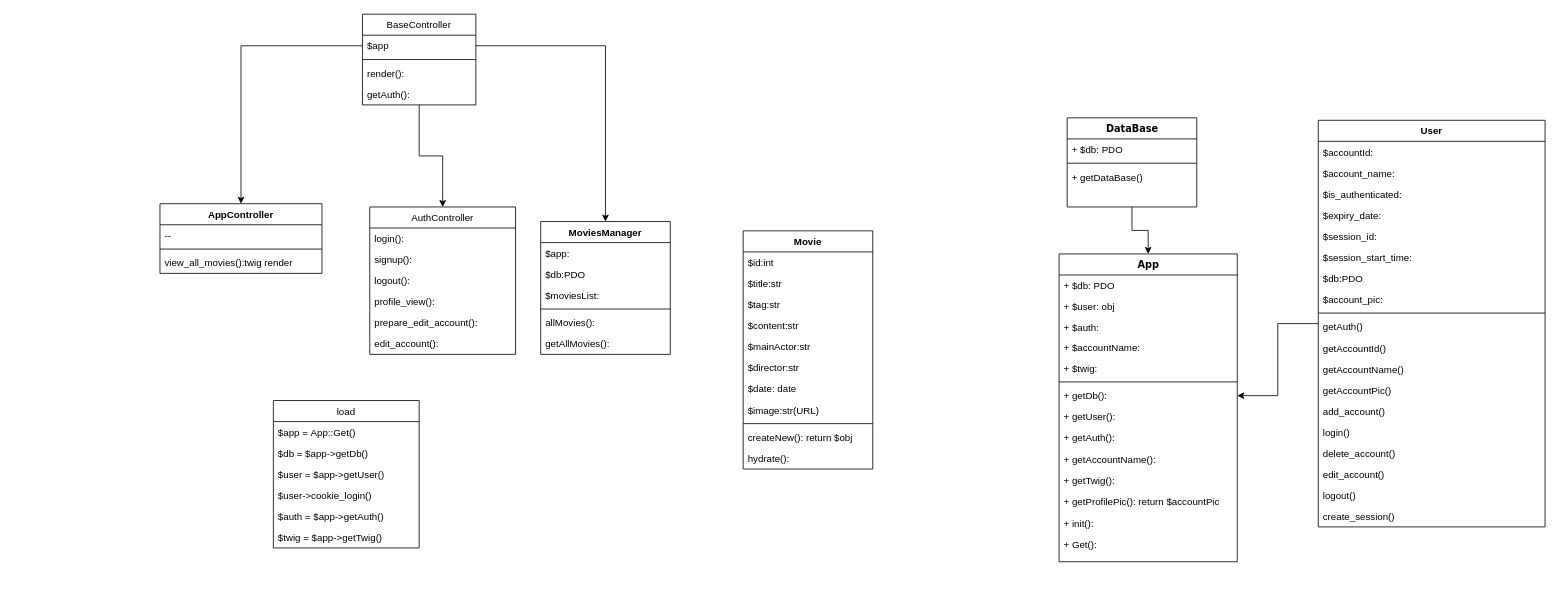
Above: ressources/dossier-projet/Class Diagram.drawio in LionelENSFELDER/movies-manager (draw.io), before the change. Source tidied: cells renumbered, new cells numbered last; positions are measured from the earlier drawing's top-left corner, leaving out a move shared by most shapes. Both pictures are drawn from the tidied source at 81%, with x=0, y=0 at pixel (160, 14).
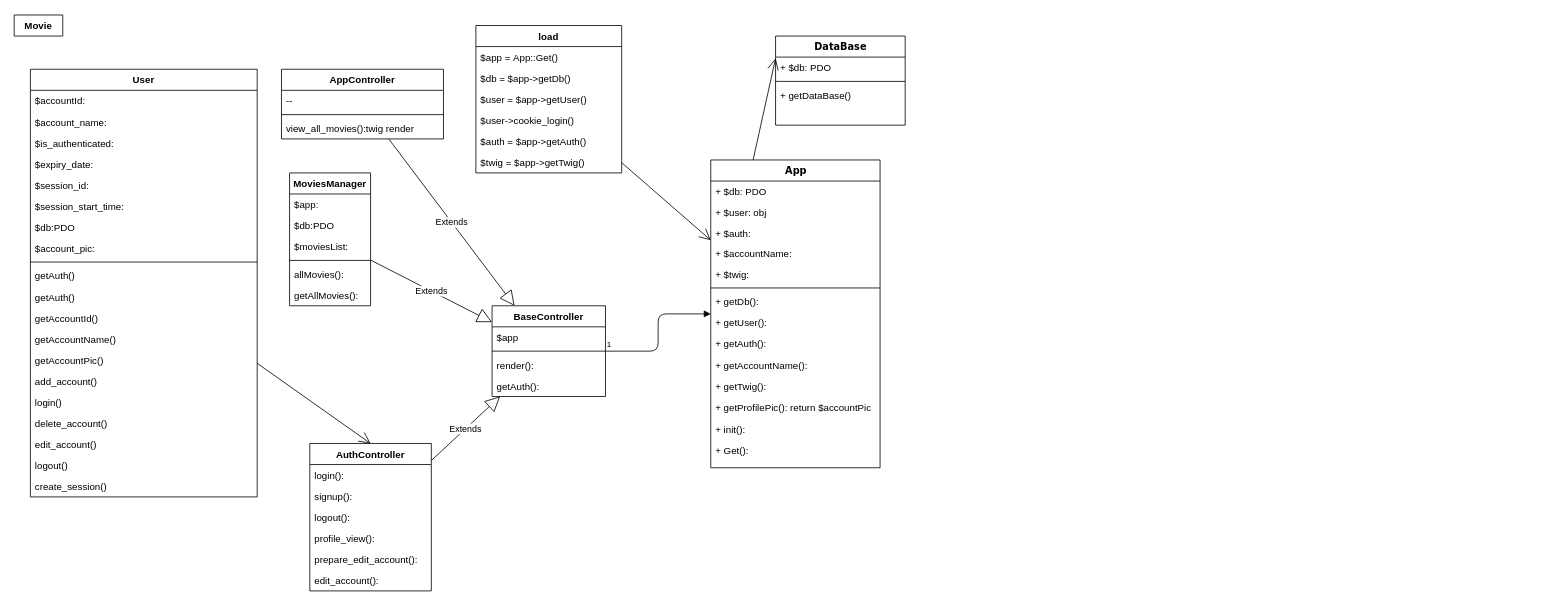
After the change.

The change refers to these unchanged cells:
```xml
<mxCell id="56" value="$app" style="text;strokeColor=none;fillColor=none;align=left;verticalAlign=top;spacingLeft=4;spacingRight=4;overflow=hidden;points=[[0,0.5],[1,0.5]];portConstraint=eastwest;" parent="55" vertex="1">
  <mxGeometry y="26" width="140" height="26" as="geometry" />
</mxCell>
```

Change to the diagram source:
```diff
@@
-    <mxCell id="2" style="edgeStyle=orthogonalEdgeStyle;rounded=0;jettySize=auto;html=1;entryX=0.5;entryY=0;entryDx=0;entryDy=0;" parent="1" edge="1" source="3" target="7">
-      <mxGeometry relative="1" as="geometry" />
-    </mxCell>
     <mxCell id="3" value="DataBase" style="swimlane;html=1;fontStyle=1;align=center;verticalAlign=top;horizontal=1;startSize=26;swimlaneFillColor=#ffffff;rounded=0;shadow=0;comic=0;labelBackgroundColor=none;strokeColor=#000000;strokeWidth=1;fillColor=none;fontFamily=Verdana;fontSize=12;fontColor=#000000;" parent="1" vertex="1">
-      <mxGeometry x="1120" y="128" width="160" height="110" as="geometry" />
+      <mxGeometry x="760" y="27" width="160" height="110" as="geometry" />
     </mxCell>
@@
     <mxCell id="7" value="App" style="swimlane;html=1;fontStyle=1;align=center;verticalAlign=top;horizontal=1;startSize=26;swimlaneFillColor=#ffffff;rounded=0;shadow=0;comic=0;labelBackgroundColor=none;strokeColor=#000000;strokeWidth=1;fillColor=none;fontFamily=Verdana;fontSize=12;fontColor=#000000;" parent="1" vertex="1">
-      <mxGeometry x="1110" y="296" width="220" height="380" as="geometry" />
+      <mxGeometry x="680" y="180" width="209" height="380" as="geometry" />
     </mxCell>
     <mxCell id="8" value="&lt;div&gt;+ $db: PDO&lt;/div&gt;" style="text;html=1;strokeColor=none;fillColor=none;align=left;verticalAlign=top;spacingLeft=4;spacingRight=4;whiteSpace=wrap;overflow=hidden;" parent="7" vertex="1">
-      <mxGeometry y="26" width="220" height="26" as="geometry" />
+      <mxGeometry y="26" width="209" height="26" as="geometry" />
     </mxCell>
     <mxCell id="9" value="+ $user: obj" style="text;html=1;strokeColor=none;fillColor=none;align=left;verticalAlign=top;spacingLeft=4;spacingRight=4;whiteSpace=wrap;overflow=hidden;" parent="7" vertex="1">
-      <mxGeometry y="52" width="220" height="26" as="geometry" />
+      <mxGeometry y="52" width="209" height="26" as="geometry" />
     </mxCell>
     <mxCell id="10" value="+ $auth:" style="text;html=1;strokeColor=none;fillColor=none;align=left;verticalAlign=top;spacingLeft=4;spacingRight=4;whiteSpace=wrap;overflow=hidden;" parent="7" vertex="1">
-      <mxGeometry y="78" width="220" height="24" as="geometry" />
+      <mxGeometry y="78" width="209" height="24" as="geometry" />
     </mxCell>
     <mxCell id="11" value="+ $accountName:" style="text;html=1;strokeColor=none;fillColor=none;align=left;verticalAlign=top;spacingLeft=4;spacingRight=4;whiteSpace=wrap;overflow=hidden;" parent="7" vertex="1">
-      <mxGeometry y="102" width="220" height="26" as="geometry" />
+      <mxGeometry y="102" width="209" height="26" as="geometry" />
     </mxCell>
     <mxCell id="12" value="+ $twig:" style="text;html=1;strokeColor=none;fillColor=none;align=left;verticalAlign=top;spacingLeft=4;spacingRight=4;whiteSpace=wrap;overflow=hidden;" parent="7" vertex="1">
-      <mxGeometry y="128" width="220" height="26" as="geometry" />
+      <mxGeometry y="128" width="209" height="26" as="geometry" />
     </mxCell>
     <mxCell id="13" style="line;html=1;strokeWidth=1;fillColor=none;align=left;verticalAlign=middle;spacingTop=-1;spacingLeft=3;spacingRight=3;labelPosition=right;" parent="7" vertex="1">
-      <mxGeometry y="154" width="220" height="8" as="geometry" />
+      <mxGeometry y="154" width="209" height="8" as="geometry" />
     </mxCell>
     <mxCell id="14" value="&lt;div&gt;+ getDb():&lt;/div&gt;" style="text;html=1;strokeColor=none;fillColor=none;align=left;verticalAlign=top;spacingLeft=4;spacingRight=4;whiteSpace=wrap;overflow=hidden;points=[[0,0.5],[1,0.5]];portConstraint=eastwest;" parent="7" vertex="1">
-      <mxGeometry y="162" width="220" height="26" as="geometry" />
+      <mxGeometry y="162" width="209" height="26" as="geometry" />
     </mxCell>
     <mxCell id="15" value="&lt;div&gt;+ getUser():&lt;/div&gt;" style="text;html=1;strokeColor=none;fillColor=none;align=left;verticalAlign=top;spacingLeft=4;spacingRight=4;whiteSpace=wrap;overflow=hidden;" parent="7" vertex="1">
-      <mxGeometry y="188" width="220" height="26" as="geometry" />
+      <mxGeometry y="188" width="209" height="26" as="geometry" />
     </mxCell>
     <mxCell id="16" value="&lt;div&gt;+ getAuth():&lt;/div&gt;" style="text;html=1;strokeColor=none;fillColor=none;align=left;verticalAlign=top;spacingLeft=4;spacingRight=4;whiteSpace=wrap;overflow=hidden;" parent="7" vertex="1">
-      <mxGeometry y="214" width="220" height="26" as="geometry" />
+      <mxGeometry y="214" width="209" height="26" as="geometry" />
     </mxCell>
     <mxCell id="17" value="&lt;div&gt;+ getAccountName():&lt;/div&gt;" style="text;html=1;strokeColor=none;fillColor=none;align=left;verticalAlign=top;spacingLeft=4;spacingRight=4;whiteSpace=wrap;overflow=hidden;" parent="7" vertex="1">
-      <mxGeometry y="240" width="220" height="26" as="geometry" />
+      <mxGeometry y="240" width="209" height="26" as="geometry" />
     </mxCell>
     <mxCell id="18" value="&lt;div&gt;+ getTwig():&lt;/div&gt;" style="text;html=1;strokeColor=none;fillColor=none;align=left;verticalAlign=top;spacingLeft=4;spacingRight=4;whiteSpace=wrap;overflow=hidden;" parent="7" vertex="1">
-      <mxGeometry y="266" width="220" height="26" as="geometry" />
+      <mxGeometry y="266" width="209" height="26" as="geometry" />
     </mxCell>
     <mxCell id="19" value="&lt;div&gt;+ getProfilePic(): return $accountPic&lt;br&gt;&lt;/div&gt;" style="text;html=1;strokeColor=none;fillColor=none;align=left;verticalAlign=top;spacingLeft=4;spacingRight=4;whiteSpace=wrap;overflow=hidden;" parent="7" vertex="1">
-      <mxGeometry y="292" width="220" height="28" as="geometry" />
+      <mxGeometry y="292" width="209" height="28" as="geometry" />
     </mxCell>
     <mxCell id="20" value="&lt;div&gt;+ init():&lt;/div&gt;" style="text;html=1;strokeColor=none;fillColor=none;align=left;verticalAlign=top;spacingLeft=4;spacingRight=4;whiteSpace=wrap;overflow=hidden;" parent="7" vertex="1">
-      <mxGeometry y="320" width="220" height="26" as="geometry" />
+      <mxGeometry y="320" width="209" height="26" as="geometry" />
     </mxCell>
     <mxCell id="21" value="&lt;div&gt;+ Get():&lt;/div&gt;" style="text;html=1;strokeColor=none;fillColor=none;align=left;verticalAlign=top;spacingLeft=4;spacingRight=4;whiteSpace=wrap;overflow=hidden;" parent="7" vertex="1">
-      <mxGeometry y="346" width="220" height="26" as="geometry" />
+      <mxGeometry y="346" width="209" height="26" as="geometry" />
     </mxCell>
-    <mxCell id="22" value="Movie" style="swimlane;fontStyle=1;align=center;verticalAlign=top;horizontal=1;startSize=26;" parent="1" vertex="1">
-      <mxGeometry x="720" y="267.5" width="160" height="294" as="geometry" />
+    <mxCell id="22" value="Movie" style="swimlane;fontStyle=1;align=center;verticalAlign=top;horizontal=1;startSize=26;" parent="1" vertex="1" collapsed="1">
+      <mxGeometry x="-180" y="1" width="60" height="26" as="geometry" />
     </mxCell>
-    <mxCell id="23" value="$id:int" style="text;strokeColor=none;fillColor=none;align=left;verticalAlign=top;spacingLeft=4;spacingRight=4;overflow=hidden;" parent="22" vertex="1">
-      <mxGeometry y="26" width="160" height="26" as="geometry" />
-    </mxCell>
-    <mxCell id="24" value="$title:str" style="text;strokeColor=none;fillColor=none;align=left;verticalAlign=top;spacingLeft=4;spacingRight=4;overflow=hidden;" parent="22" vertex="1">
-      <mxGeometry y="52" width="160" height="26" as="geometry" />
-    </mxCell>
-    <mxCell id="25" value="$tag:str" style="text;strokeColor=none;fillColor=none;align=left;verticalAlign=top;spacingLeft=4;spacingRight=4;overflow=hidden;" parent="22" vertex="1">
-      <mxGeometry y="78" width="160" height="26" as="geometry" />
-    </mxCell>
-    <mxCell id="26" value="$content:str" style="text;strokeColor=none;fillColor=none;align=left;verticalAlign=top;spacingLeft=4;spacingRight=4;overflow=hidden;" parent="22" vertex="1">
-      <mxGeometry y="104" width="160" height="26" as="geometry" />
-    </mxCell>
-    <mxCell id="27" value="$mainActor:str" style="text;strokeColor=none;fillColor=none;align=left;verticalAlign=top;spacingLeft=4;spacingRight=4;overflow=hidden;" parent="22" vertex="1">
-      <mxGeometry y="130" width="160" height="26" as="geometry" />
-    </mxCell>
-    <mxCell id="28" value="$director:str" style="text;strokeColor=none;fillColor=none;align=left;verticalAlign=top;spacingLeft=4;spacingRight=4;overflow=hidden;" parent="22" vertex="1">
-      <mxGeometry y="156" width="160" height="26" as="geometry" />
-    </mxCell>
-    <mxCell id="29" value="$date: date" style="text;strokeColor=none;fillColor=none;align=left;verticalAlign=top;spacingLeft=4;spacingRight=4;overflow=hidden;" parent="22" vertex="1">
-      <mxGeometry y="182" width="160" height="26" as="geometry" />
-    </mxCell>
-    <mxCell id="30" value="$image:str(URL)" style="text;strokeColor=none;fillColor=none;align=left;verticalAlign=top;spacingLeft=4;spacingRight=4;overflow=hidden;" parent="22" vertex="1">
-      <mxGeometry y="208" width="160" height="26" as="geometry" />
-    </mxCell>
-    <mxCell id="31" style="line;strokeWidth=1;fillColor=none;align=left;verticalAlign=middle;spacingTop=-1;spacingLeft=3;spacingRight=3;labelPosition=right;" parent="22" vertex="1">
-      <mxGeometry y="234" width="160" height="8" as="geometry" />
-    </mxCell>
-    <mxCell id="32" value="createNew(): return $obj" style="text;strokeColor=none;fillColor=none;align=left;verticalAlign=top;spacingLeft=4;spacingRight=4;overflow=hidden;" parent="22" vertex="1">
-      <mxGeometry y="242" width="160" height="26" as="geometry" />
-    </mxCell>
-    <mxCell id="33" value="hydrate():" style="text;strokeColor=none;fillColor=none;align=left;verticalAlign=top;spacingLeft=4;spacingRight=4;overflow=hidden;" parent="22" vertex="1">
-      <mxGeometry y="268" width="160" height="26" as="geometry" />
-    </mxCell>
     <mxCell id="34" value="MoviesManager" style="swimlane;fontStyle=1;align=center;verticalAlign=top;horizontal=1;startSize=26;" parent="1" vertex="1">
-      <mxGeometry x="470" y="256" width="160" height="164" as="geometry" />
+      <mxGeometry x="160" y="196" width="100" height="164" as="geometry" />
     </mxCell>
     <mxCell id="35" value="$app:" style="text;strokeColor=none;fillColor=none;align=left;verticalAlign=top;spacingLeft=4;spacingRight=4;overflow=hidden;" parent="34" vertex="1">
-      <mxGeometry y="26" width="160" height="26" as="geometry" />
+      <mxGeometry y="26" width="100" height="26" as="geometry" />
     </mxCell>
     <mxCell id="36" value="$db:PDO" style="text;strokeColor=none;fillColor=none;align=left;verticalAlign=top;spacingLeft=4;spacingRight=4;overflow=hidden;" parent="34" vertex="1">
-      <mxGeometry y="52" width="160" height="26" as="geometry" />
+      <mxGeometry y="52" width="100" height="26" as="geometry" />
     </mxCell>
     <mxCell id="37" value="$moviesList:" style="text;strokeColor=none;fillColor=none;align=left;verticalAlign=top;spacingLeft=4;spacingRight=4;overflow=hidden;" parent="34" vertex="1">
-      <mxGeometry y="78" width="160" height="26" as="geometry" />
+      <mxGeometry y="78" width="100" height="26" as="geometry" />
     </mxCell>
     <mxCell id="38" style="line;strokeWidth=1;fillColor=none;align=left;verticalAlign=middle;spacingTop=-1;spacingLeft=3;spacingRight=3;labelPosition=right;" parent="34" vertex="1">
-      <mxGeometry y="104" width="160" height="8" as="geometry" />
+      <mxGeometry y="104" width="100" height="8" as="geometry" />
     </mxCell>
     <mxCell id="39" value="allMovies():" style="text;strokeColor=none;fillColor=none;align=left;verticalAlign=top;spacingLeft=4;spacingRight=4;overflow=hidden;" parent="34" vertex="1">
-      <mxGeometry y="112" width="160" height="26" as="geometry" />
+      <mxGeometry y="112" width="100" height="26" as="geometry" />
     </mxCell>
     <mxCell id="40" value="getAllMovies():" style="text;strokeColor=none;fillColor=none;align=left;verticalAlign=top;spacingLeft=4;spacingRight=4;overflow=hidden;" parent="34" vertex="1">
-      <mxGeometry y="138" width="160" height="26" as="geometry" />
+      <mxGeometry y="138" width="100" height="26" as="geometry" />
     </mxCell>
     <mxCell id="41" value="AppController" style="swimlane;fontStyle=1;align=center;verticalAlign=top;horizontal=1;startSize=26;" parent="1" vertex="1">
-      <mxGeometry y="234" width="200" height="86" as="geometry" />
+      <mxGeometry x="150" y="68" width="200" height="86" as="geometry" />
     </mxCell>
@@
-    <mxCell id="45" value="AuthController" style="swimlane;fontStyle=0;horizontal=1;startSize=26;fillColor=none;" parent="1" vertex="1">
-      <mxGeometry x="259" y="238" width="180" height="182" as="geometry" />
+    <mxCell id="45" value="AuthController" style="swimlane;fontStyle=1;horizontal=1;startSize=26;fillColor=none;" parent="1" vertex="1">
+      <mxGeometry x="185" y="530" width="150" height="182" as="geometry" />
     </mxCell>
     <mxCell id="46" value="login():" style="text;strokeColor=none;fillColor=none;align=left;verticalAlign=top;spacingLeft=4;spacingRight=4;overflow=hidden;" parent="45" vertex="1">
-      <mxGeometry y="26" width="180" height="26" as="geometry" />
+      <mxGeometry y="26" width="150" height="26" as="geometry" />
     </mxCell>
     <mxCell id="47" value="signup():" style="text;strokeColor=none;fillColor=none;align=left;verticalAlign=top;spacingLeft=4;spacingRight=4;overflow=hidden;" parent="45" vertex="1">
-      <mxGeometry y="52" width="180" height="26" as="geometry" />
+      <mxGeometry y="52" width="150" height="26" as="geometry" />
     </mxCell>
     <mxCell id="48" value="logout():" style="text;strokeColor=none;fillColor=none;align=left;verticalAlign=top;spacingLeft=4;spacingRight=4;overflow=hidden;" parent="45" vertex="1">
-      <mxGeometry y="78" width="180" height="26" as="geometry" />
+      <mxGeometry y="78" width="150" height="26" as="geometry" />
     </mxCell>
     <mxCell id="49" value="profile_view():" style="text;strokeColor=none;fillColor=none;align=left;verticalAlign=top;spacingLeft=4;spacingRight=4;overflow=hidden;" parent="45" vertex="1">
-      <mxGeometry y="104" width="180" height="26" as="geometry" />
+      <mxGeometry y="104" width="150" height="26" as="geometry" />
     </mxCell>
     <mxCell id="50" value="prepare_edit_account():" style="text;strokeColor=none;fillColor=none;align=left;verticalAlign=top;spacingLeft=4;spacingRight=4;overflow=hidden;" parent="45" vertex="1">
-      <mxGeometry y="130" width="180" height="26" as="geometry" />
+      <mxGeometry y="130" width="150" height="26" as="geometry" />
     </mxCell>
     <mxCell id="51" value="edit_account():" style="text;strokeColor=none;fillColor=none;align=left;verticalAlign=top;spacingLeft=4;spacingRight=4;overflow=hidden;" parent="45" vertex="1">
-      <mxGeometry y="156" width="180" height="26" as="geometry" />
+      <mxGeometry y="156" width="150" height="26" as="geometry" />
     </mxCell>
-    <mxCell id="52" style="edgeStyle=orthogonalEdgeStyle;rounded=0;jettySize=auto;html=1;entryX=0.5;entryY=0;entryDx=0;entryDy=0;exitX=0;exitY=0.5;exitDx=0;exitDy=0;" parent="1" edge="1" source="56" target="41">
-      <mxGeometry relative="1" as="geometry" />
-    </mxCell>
-    <mxCell id="53" style="edgeStyle=orthogonalEdgeStyle;rounded=0;jettySize=auto;html=1;entryX=0.5;entryY=0;entryDx=0;entryDy=0;" parent="1" edge="1" source="55" target="45">
-      <mxGeometry relative="1" as="geometry" />
-    </mxCell>
-    <mxCell id="54" style="edgeStyle=orthogonalEdgeStyle;rounded=0;jettySize=auto;html=1;exitX=1;exitY=0.5;exitDx=0;exitDy=0;" parent="1" edge="1" source="56" target="34">
-      <mxGeometry relative="1" as="geometry" />
-    </mxCell>
-    <mxCell id="55" value="BaseController" style="swimlane;fontStyle=0;horizontal=1;startSize=26;fillColor=none;" parent="1" vertex="1">
-      <mxGeometry x="250" width="140" height="112" as="geometry" />
+    <mxCell id="55" value="BaseController" style="swimlane;fontStyle=1;horizontal=1;startSize=26;fillColor=none;" parent="1" vertex="1">
+      <mxGeometry x="410" y="360" width="140" height="112" as="geometry" />
     </mxCell>
@@
-    <mxCell id="60" style="edgeStyle=orthogonalEdgeStyle;rounded=0;jettySize=auto;html=1;entryX=1;entryY=0.5;entryDx=0;entryDy=0;" parent="1" edge="1" source="61" target="14">
-      <mxGeometry relative="1" as="geometry" />
-    </mxCell>
     <mxCell id="61" value="User" style="swimlane;fontStyle=1;align=center;verticalAlign=top;horizontal=1;startSize=26;" parent="1" vertex="1">
-      <mxGeometry x="1430" y="131" width="280" height="502" as="geometry" />
+      <mxGeometry x="-160" y="68" width="280" height="528" as="geometry" />
     </mxCell>
@@
+    <mxCell id="88" value="getAuth()" style="text;strokeColor=none;fillColor=none;align=left;verticalAlign=top;spacingLeft=4;spacingRight=4;overflow=hidden;" parent="61" vertex="1">
+      <mxGeometry y="242" width="280" height="26" as="geometry" />
+    </mxCell>
     <mxCell id="71" value="getAuth()" style="text;strokeColor=none;fillColor=none;align=left;verticalAlign=top;spacingLeft=4;spacingRight=4;overflow=hidden;" parent="61" vertex="1">
-      <mxGeometry y="242" width="280" height="26" as="geometry" />
+      <mxGeometry y="268" width="280" height="26" as="geometry" />
     </mxCell>
     <mxCell id="72" value="getAccountId()" style="text;strokeColor=none;fillColor=none;align=left;verticalAlign=top;spacingLeft=4;spacingRight=4;overflow=hidden;" parent="61" vertex="1">
-      <mxGeometry y="268" width="280" height="26" as="geometry" />
+      <mxGeometry y="294" width="280" height="26" as="geometry" />
     </mxCell>
     <mxCell id="73" value="getAccountName()" style="text;strokeColor=none;fillColor=none;align=left;verticalAlign=top;spacingLeft=4;spacingRight=4;overflow=hidden;" parent="61" vertex="1">
-      <mxGeometry y="294" width="280" height="26" as="geometry" />
+      <mxGeometry y="320" width="280" height="26" as="geometry" />
     </mxCell>
     <mxCell id="74" value="getAccountPic()" style="text;strokeColor=none;fillColor=none;align=left;verticalAlign=top;spacingLeft=4;spacingRight=4;overflow=hidden;" parent="61" vertex="1">
-      <mxGeometry y="320" width="280" height="26" as="geometry" />
+      <mxGeometry y="346" width="280" height="26" as="geometry" />
     </mxCell>
     <mxCell id="75" value="add_account()" style="text;strokeColor=none;fillColor=none;align=left;verticalAlign=top;spacingLeft=4;spacingRight=4;overflow=hidden;" parent="61" vertex="1">
-      <mxGeometry y="346" width="280" height="26" as="geometry" />
+      <mxGeometry y="372" width="280" height="26" as="geometry" />
     </mxCell>
     <mxCell id="76" value="login()" style="text;strokeColor=none;fillColor=none;align=left;verticalAlign=top;spacingLeft=4;spacingRight=4;overflow=hidden;" parent="61" vertex="1">
-      <mxGeometry y="372" width="280" height="26" as="geometry" />
+      <mxGeometry y="398" width="280" height="26" as="geometry" />
     </mxCell>
     <mxCell id="77" value="delete_account()" style="text;strokeColor=none;fillColor=none;align=left;verticalAlign=top;spacingLeft=4;spacingRight=4;overflow=hidden;" parent="61" vertex="1">
-      <mxGeometry y="398" width="280" height="26" as="geometry" />
+      <mxGeometry y="424" width="280" height="26" as="geometry" />
     </mxCell>
     <mxCell id="78" value="edit_account()" style="text;strokeColor=none;fillColor=none;align=left;verticalAlign=top;spacingLeft=4;spacingRight=4;overflow=hidden;" parent="61" vertex="1">
-      <mxGeometry y="424" width="280" height="26" as="geometry" />
+      <mxGeometry y="450" width="280" height="26" as="geometry" />
     </mxCell>
     <mxCell id="79" value="logout()" style="text;strokeColor=none;fillColor=none;align=left;verticalAlign=top;spacingLeft=4;spacingRight=4;overflow=hidden;" parent="61" vertex="1">
-      <mxGeometry y="450" width="280" height="26" as="geometry" />
+      <mxGeometry y="476" width="280" height="26" as="geometry" />
     </mxCell>
     <mxCell id="80" value="create_session()" style="text;strokeColor=none;fillColor=none;align=left;verticalAlign=top;spacingLeft=4;spacingRight=4;overflow=hidden;" parent="61" vertex="1">
-      <mxGeometry y="476" width="280" height="26" as="geometry" />
+      <mxGeometry y="502" width="280" height="26" as="geometry" />
     </mxCell>
-    <mxCell id="81" value="load" style="swimlane;fontStyle=0;horizontal=1;startSize=26;fillColor=none;" parent="1" vertex="1">
-      <mxGeometry x="140" y="477" width="180" height="182" as="geometry" />
+    <mxCell id="81" value="load" style="swimlane;fontStyle=1;horizontal=1;startSize=26;fillColor=none;" parent="1" vertex="1">
+      <mxGeometry x="390" y="14" width="180" height="182" as="geometry" />
     </mxCell>
@@
+    <mxCell id="89" value="Extends" style="endArrow=block;endSize=16;endFill=0;html=1;" parent="1" edge="1" source="41" target="55">
+      <mxGeometry relative="1" as="geometry" />
+    </mxCell>
+    <mxCell id="90" value="Extends" style="endArrow=block;endSize=16;endFill=0;html=1;" parent="1" edge="1" source="45" target="55">
+      <mxGeometry relative="1" as="geometry" />
+    </mxCell>
+    <mxCell id="91" value="Extends" style="endArrow=block;endSize=16;endFill=0;html=1;" parent="1" edge="1" source="34" target="55">
+      <mxGeometry relative="1" as="geometry" />
+    </mxCell>
+    <mxCell id="92" style="endArrow=block;endFill=1;html=1;edgeStyle=orthogonalEdgeStyle;align=left;verticalAlign=top;elbow=vertical;" parent="1" edge="1" source="55" target="7">
+      <mxGeometry x="-1" relative="1" as="geometry" />
+    </mxCell>
+    <mxCell id="93" value="1" style="html=1;align=left;verticalAlign=bottom;labelBackgroundColor=#ffffff;fontSize=10;" parent="92" vertex="1">
+      <mxGeometry x="-1" relative="1" as="geometry" />
+    </mxCell>
+    <mxCell id="94" style="endArrow=open;endFill=1;endSize=12;html=1;" parent="1" edge="1" source="81" target="7">
+      <mxGeometry relative="1" as="geometry" />
+    </mxCell>
+    <mxCell id="95" style="endArrow=open;endFill=1;endSize=12;html=1;entryX=0.5;entryY=0;entryDx=0;entryDy=0;" parent="1" edge="1" source="61" target="45">
+      <mxGeometry relative="1" as="geometry" />
+    </mxCell>
+    <mxCell id="96" style="endArrow=open;endFill=1;endSize=12;html=1;exitX=0.25;exitY=0;exitDx=0;exitDy=0;entryX=0;entryY=0.25;entryDx=0;entryDy=0;" parent="1" edge="1" source="7" target="3">
+      <mxGeometry relative="1" as="geometry" />
+    </mxCell>
```
